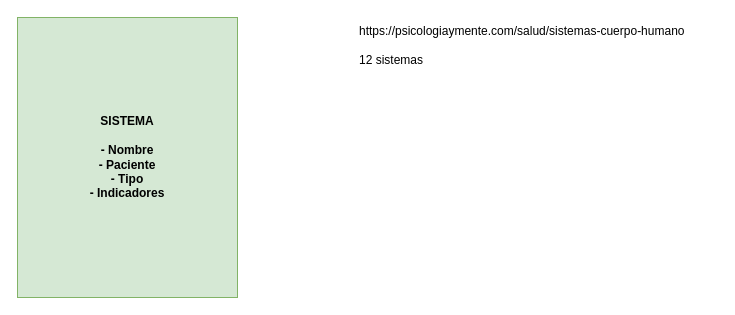
The draw.io diagram page "SISTEMAS" (5 of 6) of arch-design/cellprom-arch-functionality.drawio in cellprom/cellprom-arq-doc, before the edit. Source tidied: cells renumbered, new cells numbered last; positions are measured from the earlier drawing's top-left corner, leaving out a move shared by most shapes. Both pictures are drawn from the tidied source at 100%, with x=0, y=0 at pixel (17, 17).
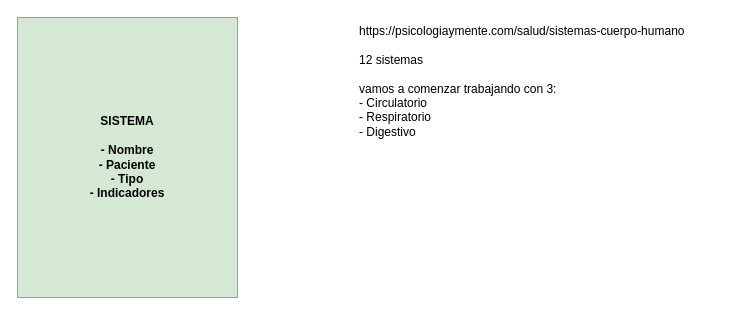
Above is the later version.

Change to the diagram source:
```diff
@@
 <mxGraphModel>
   <root>
     <mxCell id="0" />
     <mxCell id="1" parent="0" />
     <mxCell id="2" value="SISTEMA&lt;br&gt;&lt;br&gt;- Nombre&lt;br&gt;- Paciente&lt;br&gt;- Tipo&lt;br&gt;- Indicadores" style="whiteSpace=wrap;html=1;fillColor=#d5e8d4;strokeColor=#82b366;fontStyle=1;" parent="1" vertex="1">
       <mxGeometry width="220" height="280" as="geometry" />
     </mxCell>
-    <mxCell id="3" value="https://psicologiaymente.com/salud/sistemas-cuerpo-humano&lt;br&gt;&lt;br&gt;12 sistemas" style="text;whiteSpace=wrap;html=1;" parent="1" vertex="1">
-      <mxGeometry x="340" width="360" height="160" as="geometry" />
+    <mxCell id="3" value="https://psicologiaymente.com/salud/sistemas-cuerpo-humano&lt;br&gt;&lt;br&gt;12 sistemas&lt;br&gt;&lt;br&gt;vamos a comenzar trabajando con 3:&lt;br&gt;- Circulatorio&lt;br&gt;- Respiratorio&lt;br&gt;- Digestivo" style="text;whiteSpace=wrap;html=1;" parent="1" vertex="1">
+      <mxGeometry x="340" width="360" height="140" as="geometry" />
     </mxCell>
   </root>
 </mxGraphModel>
```
